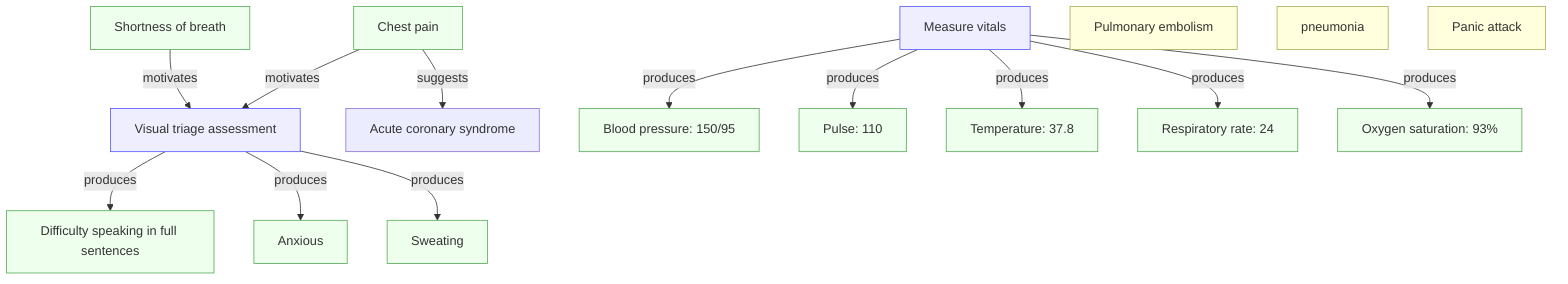
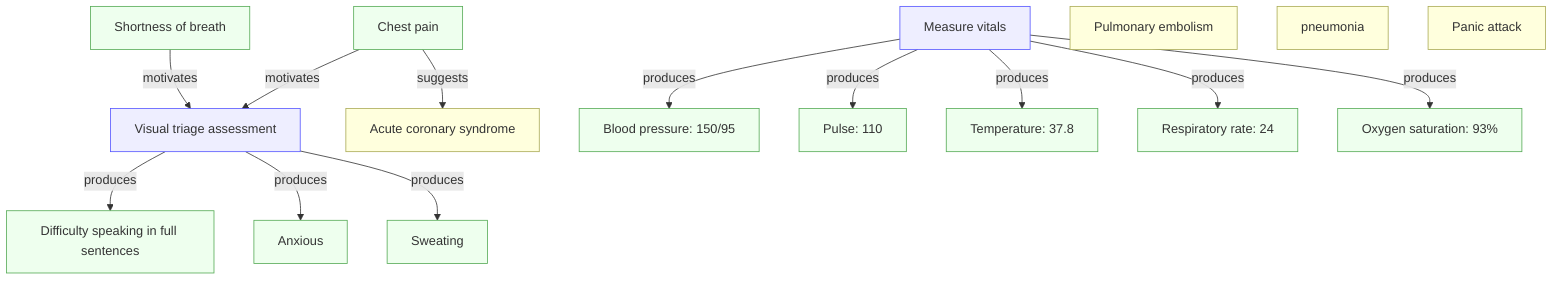
flowchart TD

  %% Initial observations
  O1["Chest pain"]
  O2["Shortness of breath"]

  %% Actions
  A1["Visual triage assessment"]
  A2["Measure vitals"]

  %% Visual triage observations (produced by A1)
  O6["Difficulty speaking in full sentences"]
  O7["Anxious"]
  O8["Sweating"]

  %% Vital sign observations (produced by A2)
  O3["Blood pressure: 150/95"]
  O4["Pulse: 110"]
  O5["Temperature: 37.8"]
  O9["Respiratory rate: 24"]
  O10["Oxygen saturation: 93%"]

  %% Hypotheses
  H1["Pulmonary embolism"]
  H2["pneumonia"]
  H3["Panic attack"]
  H4["Acute coronary syndrome"]

  %% Initial observations motivate actions
  O1 -->|motivates| A1
  O2 -->|motivates| A1

  %% Actions produce observations
  A1 -->|produces| O6
  A1 -->|produces| O7
  A1 -->|produces| O8

  A2 -->|produces| O3
  A2 -->|produces| O4
  A2 -->|produces| O5
  A2 -->|produces| O9
  A2 -->|produces| O10

  %% Observations suggest hypotheses
  O1 -->|suggests| H4

  %% Observations against hypotheses


  classDef obs fill:#efe,stroke:#5a5
  classDef action fill:#eef,stroke:#55f
  classDef hyp fill:#ffd,stroke:#aa5

  class O1,O2,O3,O4,O5,O6,O7,O8,O9,O10 obs
  class A1,A2 action
-   class H1,H2,H3 hyp
+   class H1,H2,H3,H4 hyp
